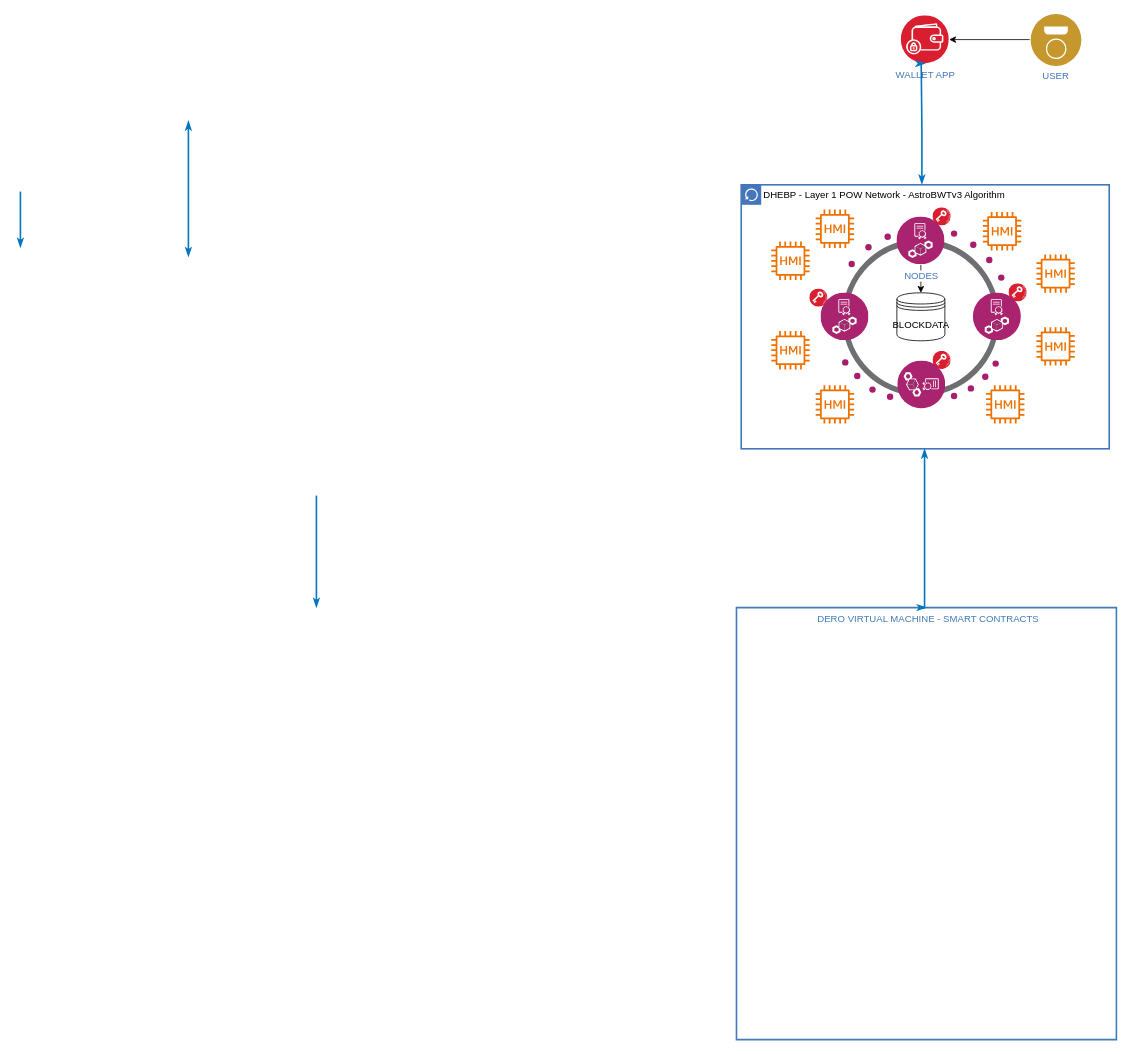
Before: Dero.Stargate.AsIs.drawio in liqdmetal/DERO.STARGATE.DIAGRAMS, a draw.io diagram. Source tidied: cells renumbered, new cells numbered last; positions are measured from the earlier drawing's top-left corner, leaving out a move shared by most shapes. Both pictures are drawn from the tidied source at 80%, with x=0, y=0 at pixel (20, 14).
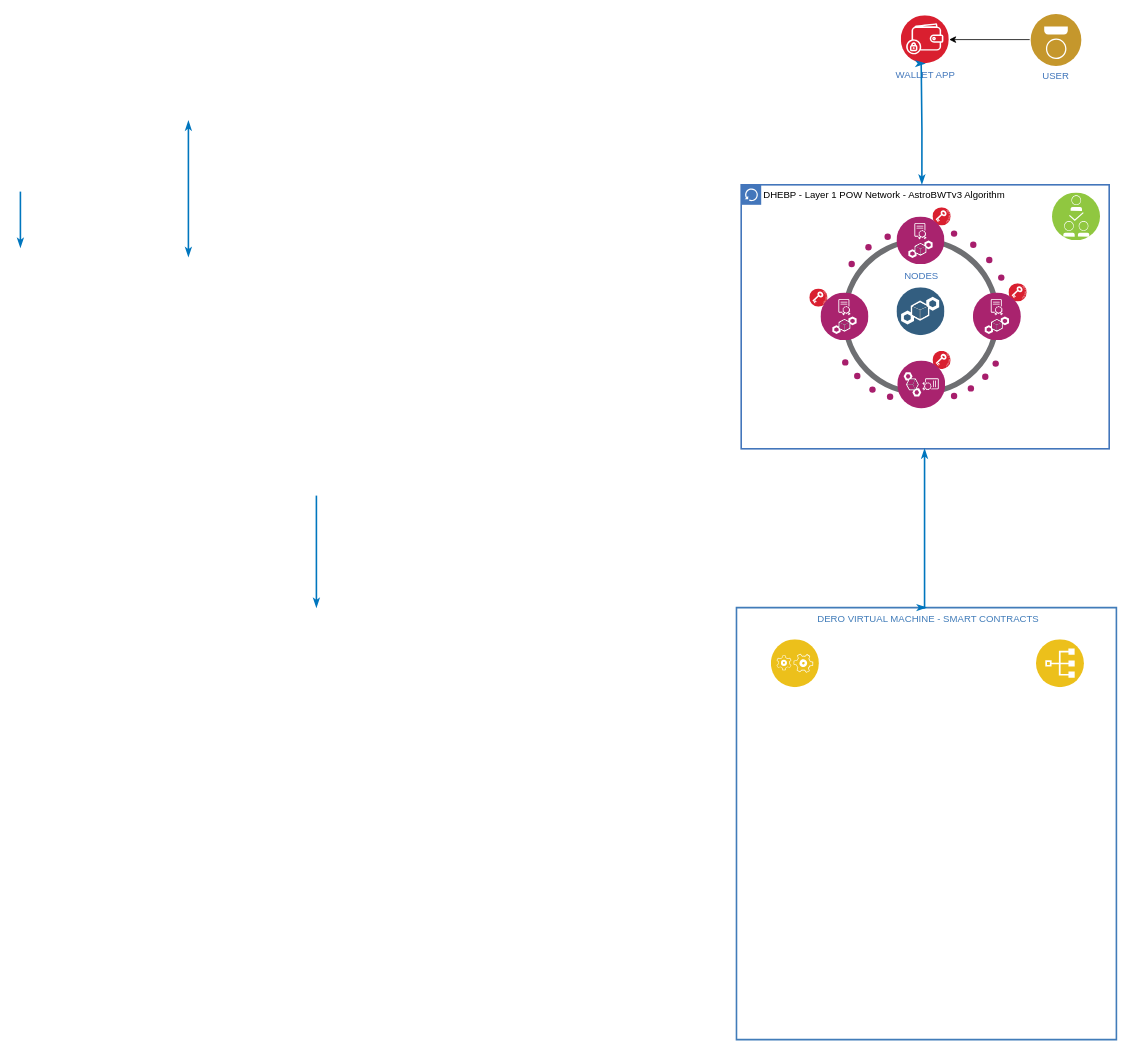
Above is the later version.

Unchanged cells that the change refers to:
```xml
<mxCell id="2" value="DERO VIRTUAL MACHINE - SMART CONTRACTS" style="swimlane;fontStyle=0;horizontal=1;startSize=28;swimlaneLine=0;swimlaneFillColor=none;fillColor=none;rounded=0;whiteSpace=wrap;html=1;absoluteArcSize=1;arcSize=12;strokeColor=#417CB9;fontColor=#417CB9;verticalAlign=top;align=center;spacingLeft=5;dashed=0;strokeWidth=2;" parent="1" vertex="1">
  <mxGeometry x="895.1" y="742" width="474.9" height="540" as="geometry" />
</mxCell>
<mxCell id="3" value="DHEBP - Layer 1 POW Network - AstroBWTv3 Algorithm" style="shape=mxgraph.ibm.box;prType=classic;fontStyle=0;verticalAlign=top;align=left;spacingLeft=32;spacingTop=4;fillColor=none;rounded=0;whiteSpace=wrap;html=1;strokeColor=#4376BB;strokeWidth=2;dashed=0;spacing=-4;" parent="1" vertex="1">
  <mxGeometry x="901" y="213.5" width="460" height="330" as="geometry" />
</mxCell>
<mxCell id="11" value="NODES" style="perimeter=ellipsePerimeter;html=1;align=center;shadow=0;dashed=0;fontColor=#4277BB;labelBackgroundColor=#ffffff;fontSize=12;spacingTop=0;image;image=img/lib/ibm/blockchain/node.svg;" parent="1" vertex="1">
  <mxGeometry x="1095.6" y="253.5" width="60" height="60" as="geometry" />
</mxCell>
```

Diff of the diagram source:
```diff
@@
+    <mxCell id="46" style="image;perimeter=ellipsePerimeter;html=1;align=center;shadow=0;dashed=0;fontColor=#4277BB;labelBackgroundColor=default;fontSize=12;spacingTop=3;image=img/lib/ibm/applications/application_logic.svg;" parent="2" vertex="1">
+      <mxGeometry x="43.5" y="40" width="60" height="60" as="geometry" />
+    </mxCell>
+    <mxCell id="47" style="image;perimeter=ellipsePerimeter;html=1;align=center;shadow=0;dashed=0;fontColor=#4277BB;labelBackgroundColor=default;fontSize=12;spacingTop=3;image=img/lib/ibm/applications/index.svg;" parent="2" vertex="1">
+      <mxGeometry x="374.9" y="40" width="60" height="60" as="geometry" />
+    </mxCell>
@@
+    <mxCell id="48" style="image;perimeter=ellipsePerimeter;html=1;align=center;shadow=0;dashed=0;fontColor=#4277BB;labelBackgroundColor=default;fontSize=12;spacingTop=3;image=img/lib/ibm/blockchain/consensus.svg;" parent="3" vertex="1">
+      <mxGeometry x="389" y="10" width="60" height="60" as="geometry" />
+    </mxCell>
+    <mxCell id="8" style="ellipse;whiteSpace=wrap;html=1;rounded=0;fontSize=7;align=center;fillColor=none;strokeWidth=7;strokeColor=#6E6F72;spacingTop=0;" parent="3" vertex="1">
+      <mxGeometry x="129.6" y="70" width="190" height="190" as="geometry" />
+    </mxCell>
+    <mxCell id="49" style="image;perimeter=ellipsePerimeter;html=1;align=center;shadow=0;dashed=0;fontColor=#4277BB;labelBackgroundColor=default;fontSize=12;spacingTop=3;image=img/lib/ibm/blockchain/ledger.svg;" parent="3" vertex="1">
+      <mxGeometry x="194.6" y="128.5" width="60" height="60" as="geometry" />
+    </mxCell>
@@
-    <mxCell id="8" style="ellipse;whiteSpace=wrap;html=1;rounded=0;fontSize=7;align=center;fillColor=none;strokeWidth=7;strokeColor=#6E6F72;spacingTop=0;" parent="1" vertex="1">
-      <mxGeometry x="1030.6" y="284.5" width="190" height="190" as="geometry" />
-    </mxCell>
@@
-    <mxCell id="10" style="edgeStyle=orthogonalEdgeStyle;rounded=0;jettySize=auto;html=1;" parent="1" edge="1" source="11" target="33">
-      <mxGeometry relative="1" as="geometry" />
-    </mxCell>
@@
-    <mxCell id="33" value="BLOCKDATA" style="shape=datastore;whiteSpace=wrap;html=1;" parent="1" vertex="1">
-      <mxGeometry x="1095.6" y="348.5" width="60" height="60" as="geometry" />
-    </mxCell>
-    <mxCell id="34" style="sketch=0;fontColor=#232F3E;gradientColor=none;fillColor=#ED7100;strokeColor=none;dashed=0;verticalLabelPosition=bottom;verticalAlign=top;align=center;html=1;fontSize=12;fontStyle=0;shape=mxgraph.aws4.high_memory_instance;" parent="1" vertex="1">
-      <mxGeometry x="1203.1" y="247.5" width="48" height="48" as="geometry" />
-    </mxCell>
-    <mxCell id="35" style="sketch=0;fontColor=#232F3E;gradientColor=none;fillColor=#ED7100;strokeColor=none;dashed=0;verticalLabelPosition=bottom;verticalAlign=top;align=center;html=1;fontSize=12;fontStyle=0;shape=mxgraph.aws4.high_memory_instance;" parent="1" vertex="1">
-      <mxGeometry x="994.1" y="464" width="48" height="48" as="geometry" />
-    </mxCell>
-    <mxCell id="36" style="sketch=0;fontColor=#232F3E;gradientColor=none;fillColor=#ED7100;strokeColor=none;dashed=0;verticalLabelPosition=bottom;verticalAlign=top;align=center;html=1;fontSize=12;fontStyle=0;shape=mxgraph.aws4.high_memory_instance;" parent="1" vertex="1">
-      <mxGeometry x="1207.1" y="464" width="48" height="48" as="geometry" />
-    </mxCell>
-    <mxCell id="37" style="sketch=0;fontColor=#232F3E;gradientColor=none;fillColor=#ED7100;strokeColor=none;dashed=0;verticalLabelPosition=bottom;verticalAlign=top;align=center;html=1;fontSize=12;fontStyle=0;shape=mxgraph.aws4.high_memory_instance;" parent="1" vertex="1">
-      <mxGeometry x="994.1" y="244.5" width="48" height="48" as="geometry" />
-    </mxCell>
-    <mxCell id="38" style="sketch=0;fontColor=#232F3E;gradientColor=none;fillColor=#ED7100;strokeColor=none;dashed=0;verticalLabelPosition=bottom;verticalAlign=top;align=center;html=1;fontSize=12;fontStyle=0;shape=mxgraph.aws4.high_memory_instance;" parent="1" vertex="1">
-      <mxGeometry x="1270" y="391.5" width="48" height="48" as="geometry" />
-    </mxCell>
-    <mxCell id="39" style="sketch=0;fontColor=#232F3E;gradientColor=none;fillColor=#ED7100;strokeColor=none;dashed=0;verticalLabelPosition=bottom;verticalAlign=top;align=center;html=1;fontSize=12;fontStyle=0;shape=mxgraph.aws4.high_memory_instance;" parent="1" vertex="1">
-      <mxGeometry x="1270" y="300.5" width="48" height="48" as="geometry" />
-    </mxCell>
-    <mxCell id="40" style="sketch=0;fontColor=#232F3E;gradientColor=none;fillColor=#ED7100;strokeColor=none;dashed=0;verticalLabelPosition=bottom;verticalAlign=top;align=center;html=1;fontSize=12;fontStyle=0;shape=mxgraph.aws4.high_memory_instance;" parent="1" vertex="1">
-      <mxGeometry x="938.6" y="284.5" width="48" height="48" as="geometry" />
-    </mxCell>
-    <mxCell id="41" style="sketch=0;fontColor=#232F3E;gradientColor=none;fillColor=#ED7100;strokeColor=none;dashed=0;verticalLabelPosition=bottom;verticalAlign=top;align=center;html=1;fontSize=12;fontStyle=0;shape=mxgraph.aws4.high_memory_instance;" parent="1" vertex="1">
-      <mxGeometry x="938.6" y="396.3" width="48" height="48" as="geometry" />
-    </mxCell>
```
